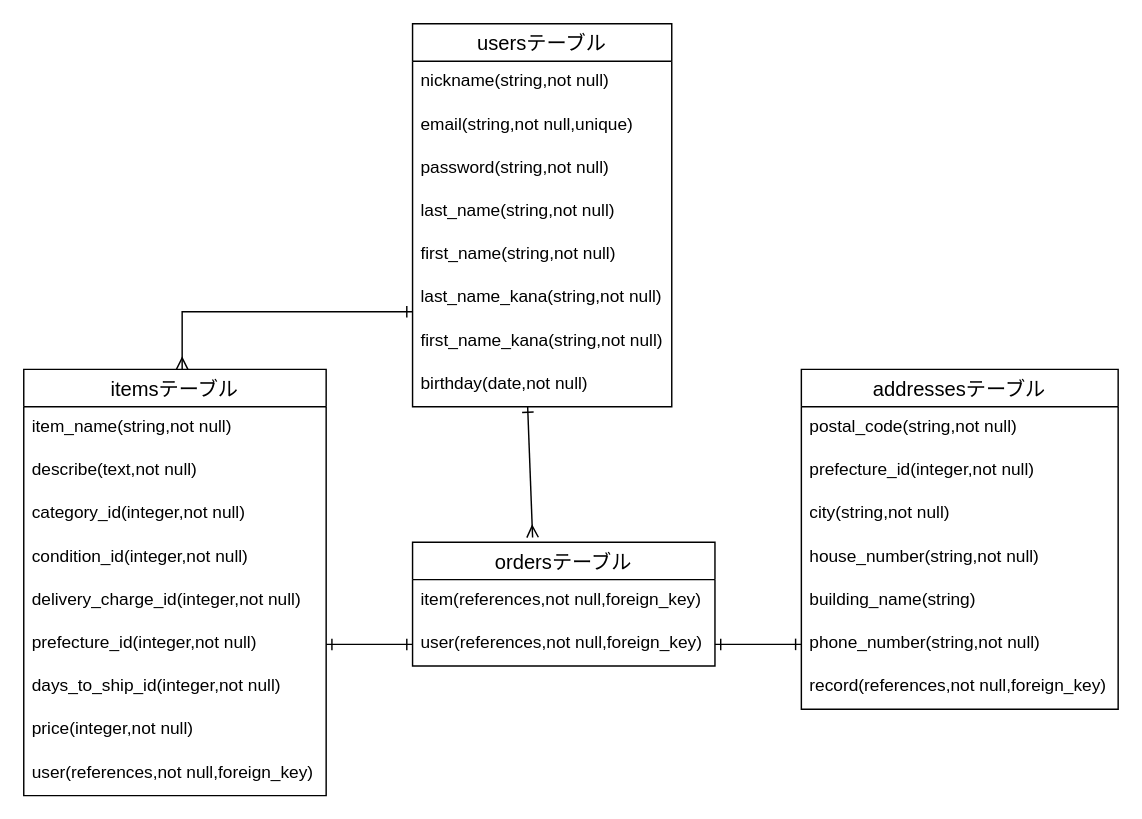
Above: furima.dio in hidekazudazoo/furima-38653 (draw.io), before the change. Source tidied: cells renumbered, new cells numbered last; positions are measured from the earlier drawing's top-left corner, leaving out a move shared by most shapes. Both pictures are drawn from the tidied source at 144%, with x=0, y=0 at pixel (23, 23).
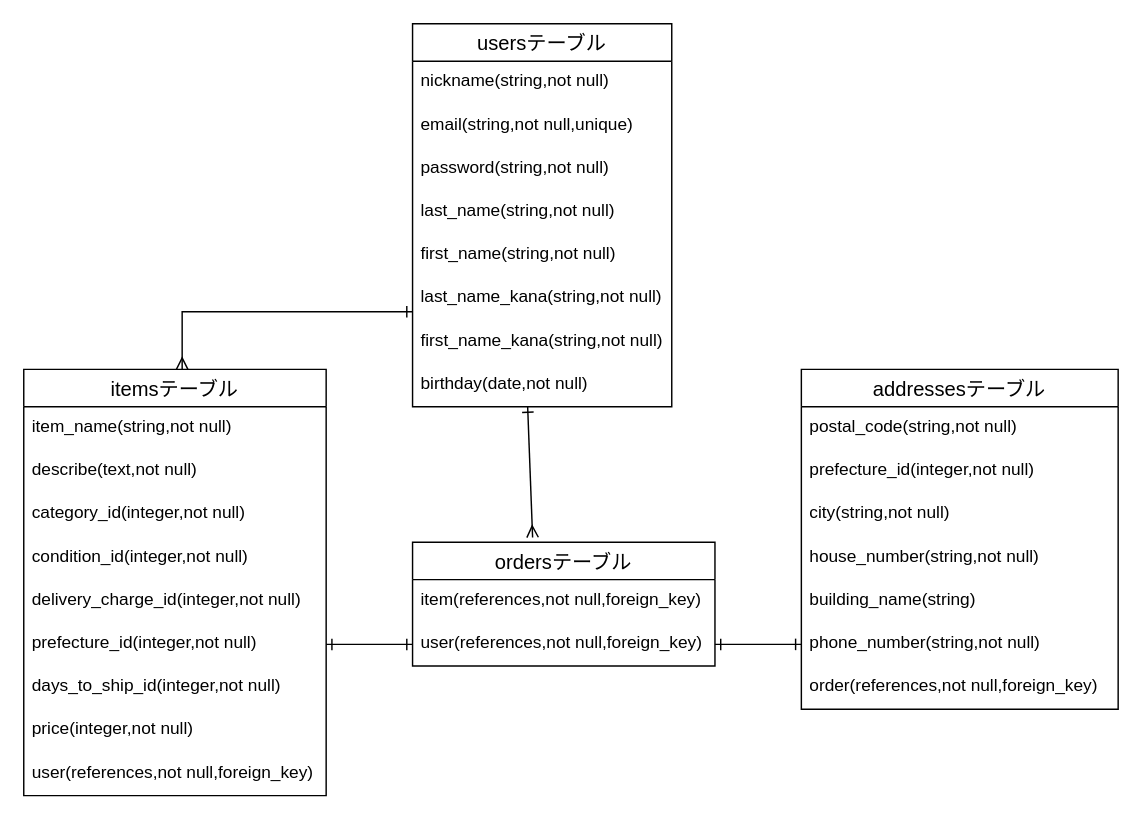
The same page after the edit.

The change refers to these unchanged cells:
```xml
<mxCell id="22" value="addressesテーブル" style="swimlane;fontStyle=0;horizontal=1;startSize=26;align=center;fontSize=14;" parent="1" vertex="1">
  <mxGeometry x="540" y="240" width="220" height="236" as="geometry" />
</mxCell>
```

The edit, as a diff of the source:
```diff
@@
-    <mxCell id="29" value="record(references,not null,foreign_key)" style="text;strokeColor=none;fillColor=none;spacingLeft=4;spacingRight=4;overflow=hidden;fontSize=12;" parent="22" vertex="1">
+    <mxCell id="29" value="order(references,not null,foreign_key)" style="text;strokeColor=none;fillColor=none;spacingLeft=4;spacingRight=4;overflow=hidden;fontSize=12;" parent="22" vertex="1">
       <mxGeometry y="206" width="220" height="30" as="geometry" />
     </mxCell>
```
